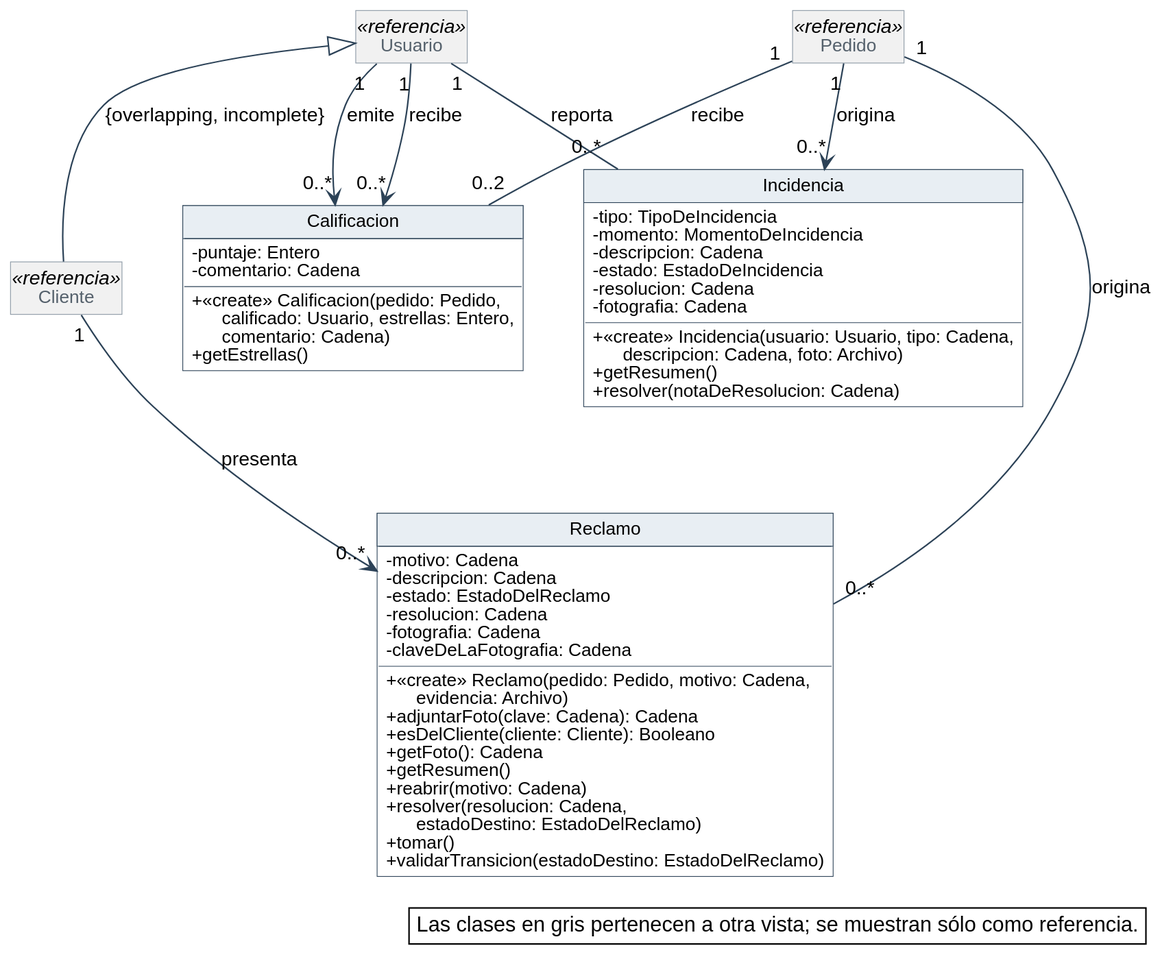
Before: diagramas/clases-diseno/DC_Posventa.svg, a diagram exported from PlantUML (Nahuelito-Dev/splg-docs).
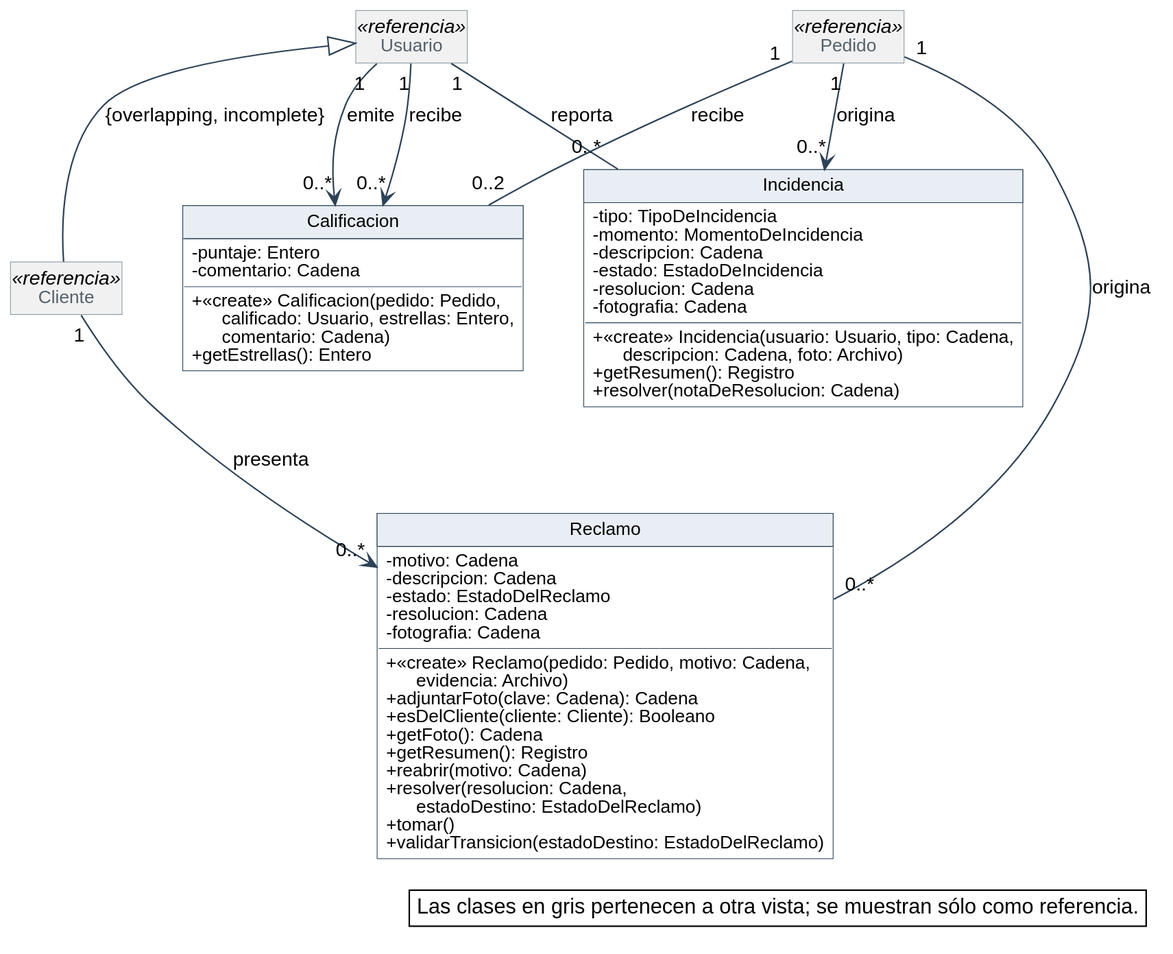
Later version of the same file.

Diff of the diagram source:
```diff
@@ -61,7 +61,7 @@
   - puntaje: Entero
   - comentario: Cadena
   + «create» Calificacion(pedido: Pedido,\n      calificado: Usuario, estrellas: Entero,\n      comentario: Cadena)
-  + getEstrellas()
+  + getEstrellas(): Entero
 }
 class Incidencia {
   - tipo: TipoDeIncidencia
@@ -71,7 +71,7 @@
   - resolucion: Cadena
   - fotografia: Cadena
   + «create» Incidencia(usuario: Usuario, tipo: Cadena,\n      descripcion: Cadena, foto: Archivo)
-  + getResumen()
+  + getResumen(): Registro
   + resolver(notaDeResolucion: Cadena)
 }
 class Reclamo {
@@ -80,12 +80,11 @@
   - estado: EstadoDelReclamo
   - resolucion: Cadena
   - fotografia: Cadena
-  - claveDeLaFotografia: Cadena
   + «create» Reclamo(pedido: Pedido, motivo: Cadena,\n      evidencia: Archivo)
   + adjuntarFoto(clave: Cadena): Cadena
   + esDelCliente(cliente: Cliente): Booleano
   + getFoto(): Cadena
-  + getResumen()
+  + getResumen(): Registro
   + reabrir(motivo: Cadena)
   + resolver(resolucion: Cadena,\n      estadoDestino: EstadoDelReclamo)
   + tomar()
```
